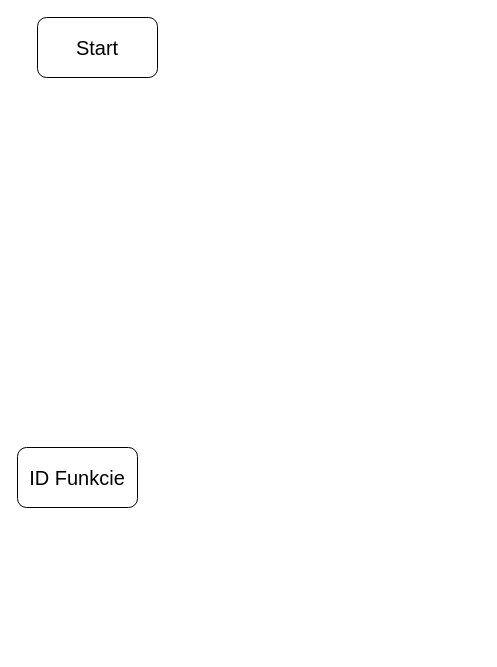
The draw.io diagram StateMachine/StateMachine.drawio in RatsAreNice/IFJ-2022, before the edit. Source tidied: cells renumbered, new cells numbered last; positions are measured from the earlier drawing's top-left corner, leaving out a move shared by most shapes. Both pictures are drawn from the tidied source at 100%, with x=0, y=0 at pixel (17, 17).
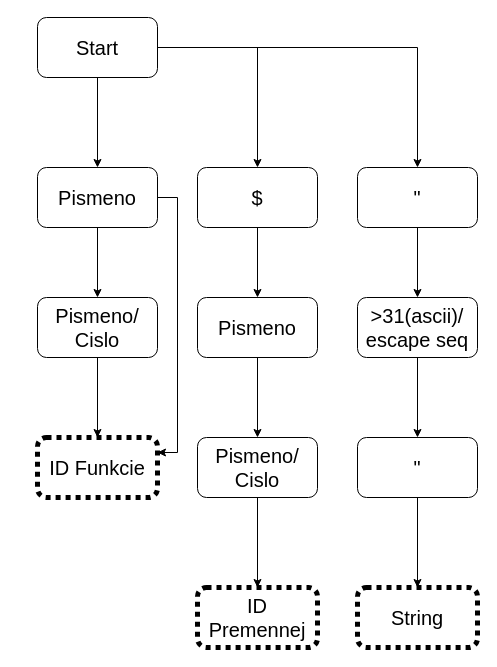
The same page after the edit.

Unchanged cells that the change refers to:
```xml
<mxCell id="2" value="&lt;font style=&quot;font-size: 20px;&quot;&gt;Start&lt;/font&gt;" style="rounded=1;whiteSpace=wrap;html=1;" parent="1" vertex="1">
  <mxGeometry x="20" width="120" height="60" as="geometry" />
</mxCell>
```

Diff of the diagram source:
```diff
@@
+    <mxCell id="4" style="edgeStyle=orthogonalEdgeStyle;rounded=0;jettySize=auto;html=1;exitX=0.5;exitY=1;exitDx=0;exitDy=0;entryX=0.5;entryY=0;entryDx=0;entryDy=0;fontSize=20;" parent="1" edge="1" source="2" target="9">
+      <mxGeometry relative="1" as="geometry" />
+    </mxCell>
+    <mxCell id="5" style="edgeStyle=orthogonalEdgeStyle;rounded=0;jettySize=auto;html=1;exitX=1;exitY=0.5;exitDx=0;exitDy=0;entryX=0.5;entryY=0;entryDx=0;entryDy=0;fontSize=20;" parent="1" edge="1" source="2" target="13">
+      <mxGeometry relative="1" as="geometry" />
+    </mxCell>
+    <mxCell id="6" style="edgeStyle=orthogonalEdgeStyle;rounded=0;jettySize=auto;html=1;exitX=1;exitY=0.5;exitDx=0;exitDy=0;entryX=0.5;entryY=0;entryDx=0;entryDy=0;fontSize=20;" parent="1" edge="1" source="2" target="21">
+      <mxGeometry relative="1" as="geometry" />
+    </mxCell>
@@
-    <mxCell id="3" value="ID Funkcie&lt;br&gt;" style="rounded=1;whiteSpace=wrap;html=1;fontSize=20;" parent="1" vertex="1">
-      <mxGeometry y="430" width="120" height="60" as="geometry" />
+    <mxCell id="3" value="ID Funkcie&lt;br&gt;" style="rounded=1;whiteSpace=wrap;html=1;fontSize=20;dashed=1;dashPattern=1 1;strokeWidth=5;" parent="1" vertex="1">
+      <mxGeometry x="20" y="420" width="120" height="60" as="geometry" />
     </mxCell>
+    <mxCell id="7" style="edgeStyle=orthogonalEdgeStyle;rounded=0;jettySize=auto;html=1;exitX=1;exitY=0.5;exitDx=0;exitDy=0;entryX=1;entryY=0.25;entryDx=0;entryDy=0;fontSize=20;" parent="1" edge="1" source="9" target="3">
+      <mxGeometry relative="1" as="geometry" />
+    </mxCell>
+    <mxCell id="8" style="edgeStyle=orthogonalEdgeStyle;rounded=0;jettySize=auto;html=1;exitX=0.5;exitY=1;exitDx=0;exitDy=0;entryX=0.5;entryY=0;entryDx=0;entryDy=0;fontSize=20;" parent="1" edge="1" source="9" target="11">
+      <mxGeometry relative="1" as="geometry" />
+    </mxCell>
+    <mxCell id="9" value="&lt;font style=&quot;font-size: 20px;&quot;&gt;Pismeno&lt;/font&gt;" style="rounded=1;whiteSpace=wrap;html=1;" parent="1" vertex="1">
+      <mxGeometry x="20" y="150" width="120" height="60" as="geometry" />
+    </mxCell>
+    <mxCell id="10" style="edgeStyle=orthogonalEdgeStyle;rounded=0;jettySize=auto;html=1;exitX=0.5;exitY=1;exitDx=0;exitDy=0;entryX=0.5;entryY=0;entryDx=0;entryDy=0;fontSize=20;" parent="1" edge="1" source="11" target="3">
+      <mxGeometry relative="1" as="geometry" />
+    </mxCell>
+    <mxCell id="11" value="Pismeno/&lt;br&gt;Cislo" style="rounded=1;whiteSpace=wrap;html=1;strokeWidth=1;fontSize=20;" parent="1" vertex="1">
+      <mxGeometry x="20" y="280" width="120" height="60" as="geometry" />
+    </mxCell>
+    <mxCell id="12" style="edgeStyle=orthogonalEdgeStyle;rounded=0;jettySize=auto;html=1;exitX=0.5;exitY=1;exitDx=0;exitDy=0;entryX=0.5;entryY=0;entryDx=0;entryDy=0;fontSize=20;" parent="1" edge="1" source="13" target="15">
+      <mxGeometry relative="1" as="geometry" />
+    </mxCell>
+    <mxCell id="13" value="$" style="rounded=1;whiteSpace=wrap;html=1;strokeWidth=1;fontSize=20;" parent="1" vertex="1">
+      <mxGeometry x="180" y="150" width="120" height="60" as="geometry" />
+    </mxCell>
+    <mxCell id="14" style="edgeStyle=orthogonalEdgeStyle;rounded=0;jettySize=auto;html=1;exitX=0.5;exitY=1;exitDx=0;exitDy=0;entryX=0.5;entryY=0;entryDx=0;entryDy=0;fontSize=20;" parent="1" edge="1" source="15" target="17">
+      <mxGeometry relative="1" as="geometry" />
+    </mxCell>
+    <mxCell id="15" value="Pismeno" style="rounded=1;whiteSpace=wrap;html=1;strokeWidth=1;fontSize=20;" parent="1" vertex="1">
+      <mxGeometry x="180" y="280" width="120" height="60" as="geometry" />
+    </mxCell>
+    <mxCell id="16" style="edgeStyle=orthogonalEdgeStyle;rounded=0;jettySize=auto;html=1;exitX=0.5;exitY=1;exitDx=0;exitDy=0;entryX=0.5;entryY=0;entryDx=0;entryDy=0;fontSize=20;" parent="1" edge="1" source="17" target="18">
+      <mxGeometry relative="1" as="geometry" />
+    </mxCell>
+    <mxCell id="17" value="Pismeno/&lt;br&gt;Cislo" style="rounded=1;whiteSpace=wrap;html=1;strokeWidth=1;fontSize=20;" parent="1" vertex="1">
+      <mxGeometry x="180" y="420" width="120" height="60" as="geometry" />
+    </mxCell>
+    <mxCell id="18" value="ID&lt;br&gt;Premennej" style="rounded=1;whiteSpace=wrap;html=1;strokeWidth=5;fontSize=20;dashed=1;dashPattern=1 1;" parent="1" vertex="1">
+      <mxGeometry x="180" y="570" width="120" height="60" as="geometry" />
+    </mxCell>
+    <mxCell id="19" value="String" style="rounded=1;whiteSpace=wrap;html=1;dashed=1;dashPattern=1 1;strokeWidth=5;fontSize=20;" parent="1" vertex="1">
+      <mxGeometry x="340" y="570" width="120" height="60" as="geometry" />
+    </mxCell>
+    <mxCell id="20" style="edgeStyle=orthogonalEdgeStyle;rounded=0;jettySize=auto;html=1;exitX=0.5;exitY=1;exitDx=0;exitDy=0;entryX=0.5;entryY=0;entryDx=0;entryDy=0;fontSize=20;" parent="1" edge="1" source="21" target="23">
+      <mxGeometry relative="1" as="geometry" />
+    </mxCell>
+    <mxCell id="21" value="&quot;" style="rounded=1;whiteSpace=wrap;html=1;strokeWidth=1;fontSize=20;" parent="1" vertex="1">
+      <mxGeometry x="340" y="150" width="120" height="60" as="geometry" />
+    </mxCell>
+    <mxCell id="22" style="edgeStyle=orthogonalEdgeStyle;rounded=0;jettySize=auto;html=1;exitX=0.5;exitY=1;exitDx=0;exitDy=0;entryX=0.5;entryY=0;entryDx=0;entryDy=0;fontSize=20;" parent="1" edge="1" source="23" target="25">
+      <mxGeometry relative="1" as="geometry" />
+    </mxCell>
+    <mxCell id="23" value="&amp;gt;31(ascii)/&lt;br&gt;escape seq" style="rounded=1;whiteSpace=wrap;html=1;strokeWidth=1;fontSize=20;" parent="1" vertex="1">
+      <mxGeometry x="340" y="280" width="120" height="60" as="geometry" />
+    </mxCell>
+    <mxCell id="24" style="edgeStyle=orthogonalEdgeStyle;rounded=0;jettySize=auto;html=1;exitX=0.5;exitY=1;exitDx=0;exitDy=0;entryX=0.5;entryY=0;entryDx=0;entryDy=0;fontSize=20;" parent="1" edge="1" source="25" target="19">
+      <mxGeometry relative="1" as="geometry" />
+    </mxCell>
+    <mxCell id="25" value="&quot;" style="rounded=1;whiteSpace=wrap;html=1;strokeWidth=1;fontSize=20;" parent="1" vertex="1">
+      <mxGeometry x="340" y="420" width="120" height="60" as="geometry" />
+    </mxCell>
```
